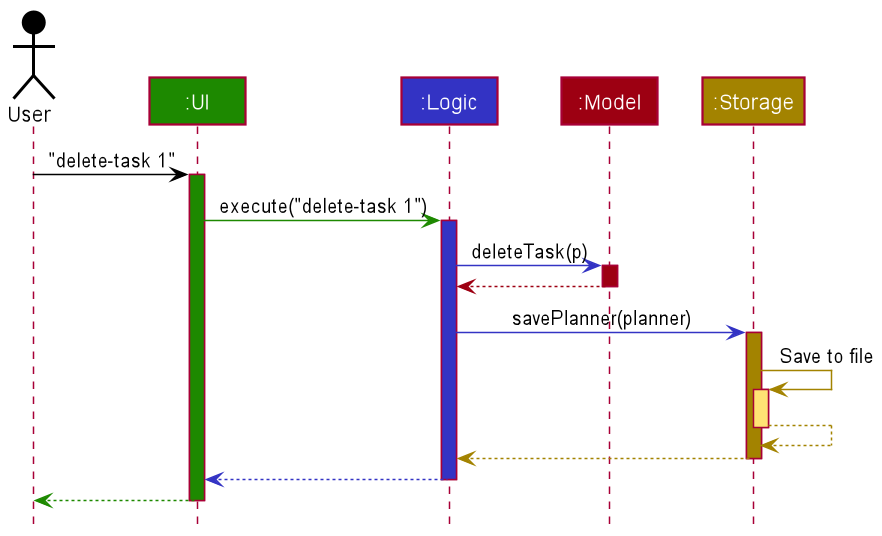
nus-cs2103-AY2021S2/tp keeps this PlantUML diagram as docs/images/ArchitectureSequenceDiagram.png. Above is the earlier version.
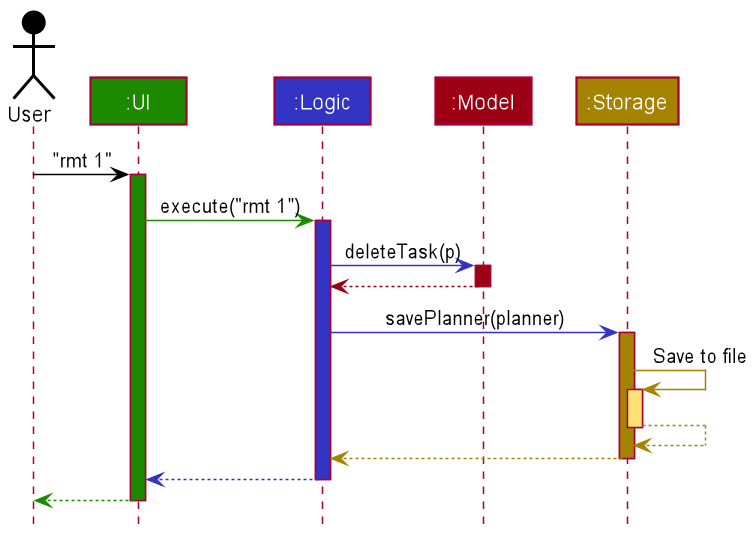
Above is the later version.

Diff of the diagram source:
```diff
@@ -7,10 +7,10 @@
 Participant ":Model" as model MODEL_COLOR
 Participant ":Storage" as storage STORAGE_COLOR
 
-user -[USER_COLOR]> ui : "delete-task 1"
+user -[USER_COLOR]> ui : "rmt 1"
 activate ui UI_COLOR
 
-ui -[UI_COLOR]> logic : execute("delete-task 1")
+ui -[UI_COLOR]> logic : execute("rmt 1")
 activate logic LOGIC_COLOR
 
 logic -[LOGIC_COLOR]> model : deleteTask(p)
```
